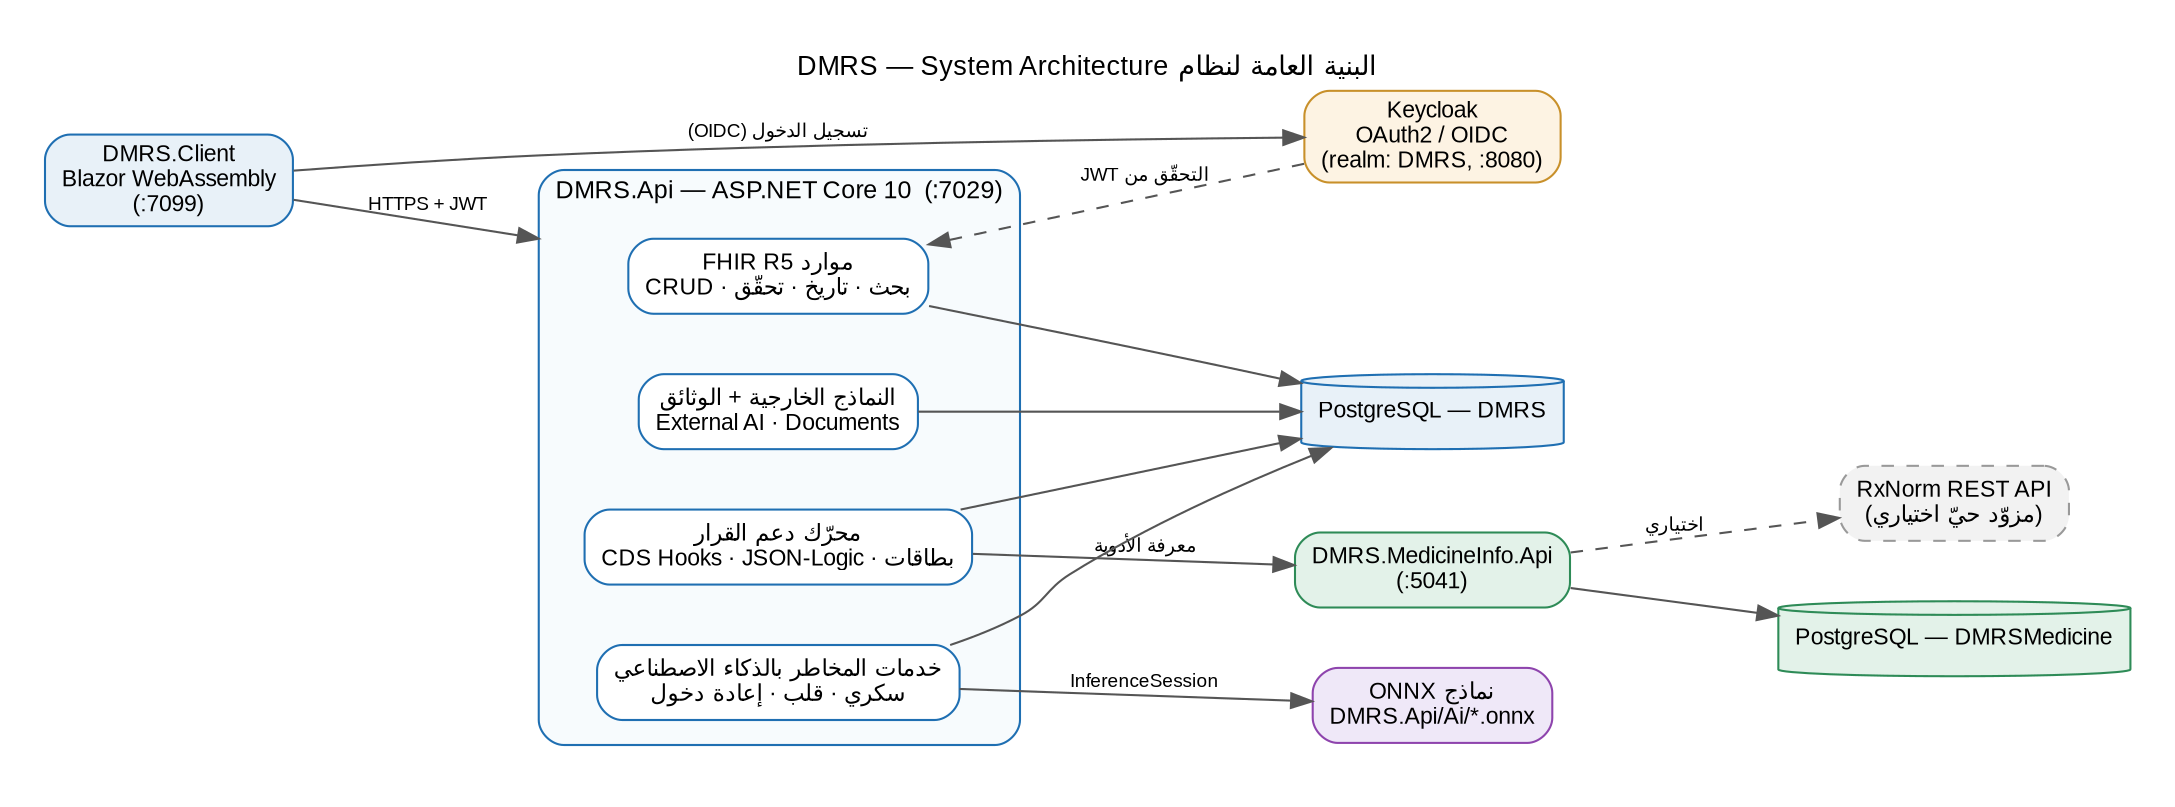
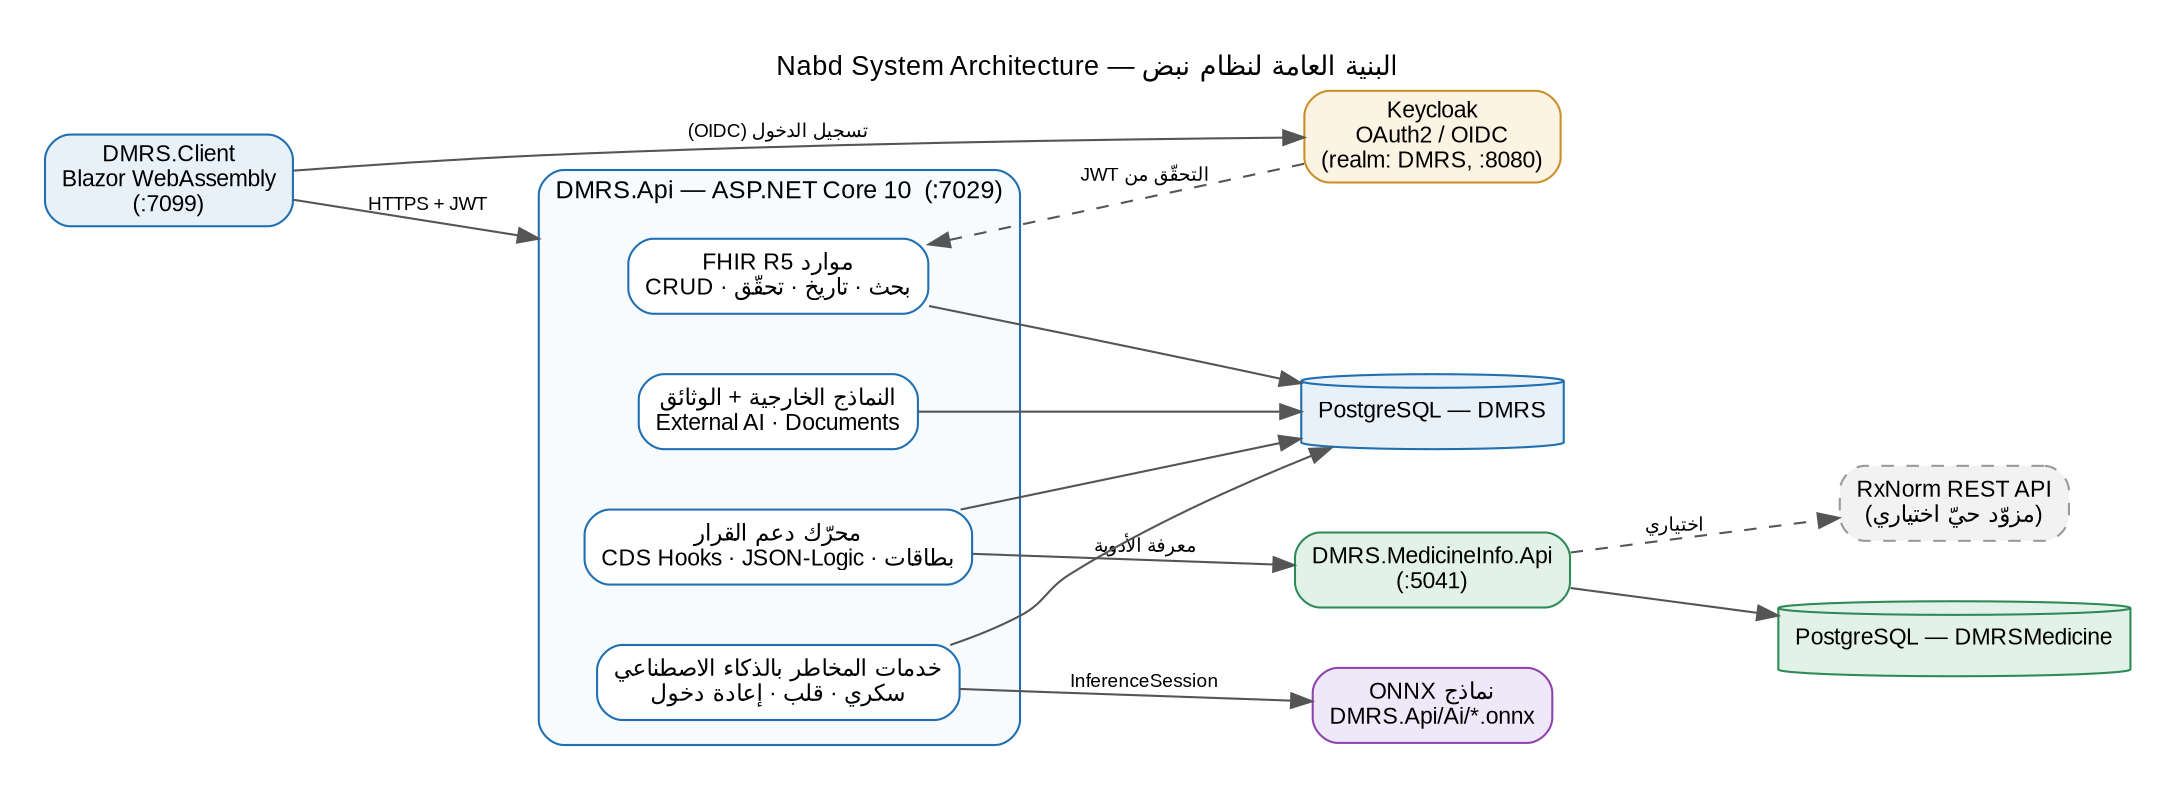
- // System architecture — DMRS (verified vs README + architecture-and-data-model.md + code)
+ // System architecture — Nabd (verified vs README + architecture-and-data-model.md + code)
// Render: dot -Tpng architecture.dot -o architecture.png
digraph ARCH {
  rankdir=LR;
  graph [fontname="Arial", fontsize=13, labelloc="t",
-          label="البنية العامة لنظام DMRS — System Architecture", pad=0.3, nodesep=0.4, ranksep=1.0, compound=true];
+          label="البنية العامة لنظام نبض — Nabd System Architecture", pad=0.3, nodesep=0.4, ranksep=1.0, compound=true];
  node  [fontname="Arial", fontsize=11, shape=box, style="rounded,filled", fontcolor="black"];
  edge  [fontname="Arial", fontsize=9, color="#555555"];

  client [label="DMRS.Client\nBlazor WebAssembly\n(:7099)", fillcolor="#E8F1F8", color="#1F6FB2"];
  kc     [label="Keycloak\nOAuth2 / OIDC\n(realm: DMRS, :8080)", fillcolor="#FDF3E3", color="#C8902A"];

  subgraph cluster_api {
    label="DMRS.Api — ASP.NET Core 10  (:7029)"; fontname="Arial"; fontsize=12;
    style="rounded"; color="#1F6FB2"; bgcolor="#F7FBFD"; margin=12;
    node [fillcolor="#FFFFFF", color="#1F6FB2"];
    fhir [label="موارد FHIR R5\nCRUD · بحث · تاريخ · تحقّق"];
    cds  [label="محرّك دعم القرار\nCDS Hooks · JSON-Logic · بطاقات"];
    ai   [label="خدمات المخاطر بالذكاء الاصطناعي\nسكري · قلب · إعادة دخول"];
    ext  [label="النماذج الخارجية + الوثائق\nExternal AI · Documents"];
  }

  onnx [label="نماذج ONNX\nDMRS.Api/Ai/*.onnx", fillcolor="#EFE8F8", color="#8E44AD"];
  med  [label="DMRS.MedicineInfo.Api\n(:5041)", fillcolor="#E3F2E9", color="#2E8B57"];
  rx   [label="RxNorm REST API\n(مزوّد حيّ اختياري)", fillcolor="#F2F2F2", color="#999999", style="rounded,filled,dashed"];

  pg    [label="PostgreSQL — DMRS", shape=cylinder, fillcolor="#E8F1F8", color="#1F6FB2"];
  pgmed [label="PostgreSQL — DMRSMedicine", shape=cylinder, fillcolor="#E3F2E9", color="#2E8B57"];

  client -> kc   [label="تسجيل الدخول (OIDC)"];
  client -> fhir [label="HTTPS + JWT", lhead=cluster_api];
  fhir -> kc     [label="التحقّق من JWT", style=dashed, dir=back];

  fhir -> pg;
  cds  -> pg;
  ext  -> pg;
  ai   -> onnx [label="InferenceSession"];
  ai   -> pg;
  cds  -> med  [label="معرفة الأدوية"];
  med  -> pgmed;
  med  -> rx   [style=dashed, label="اختياري"];
}
